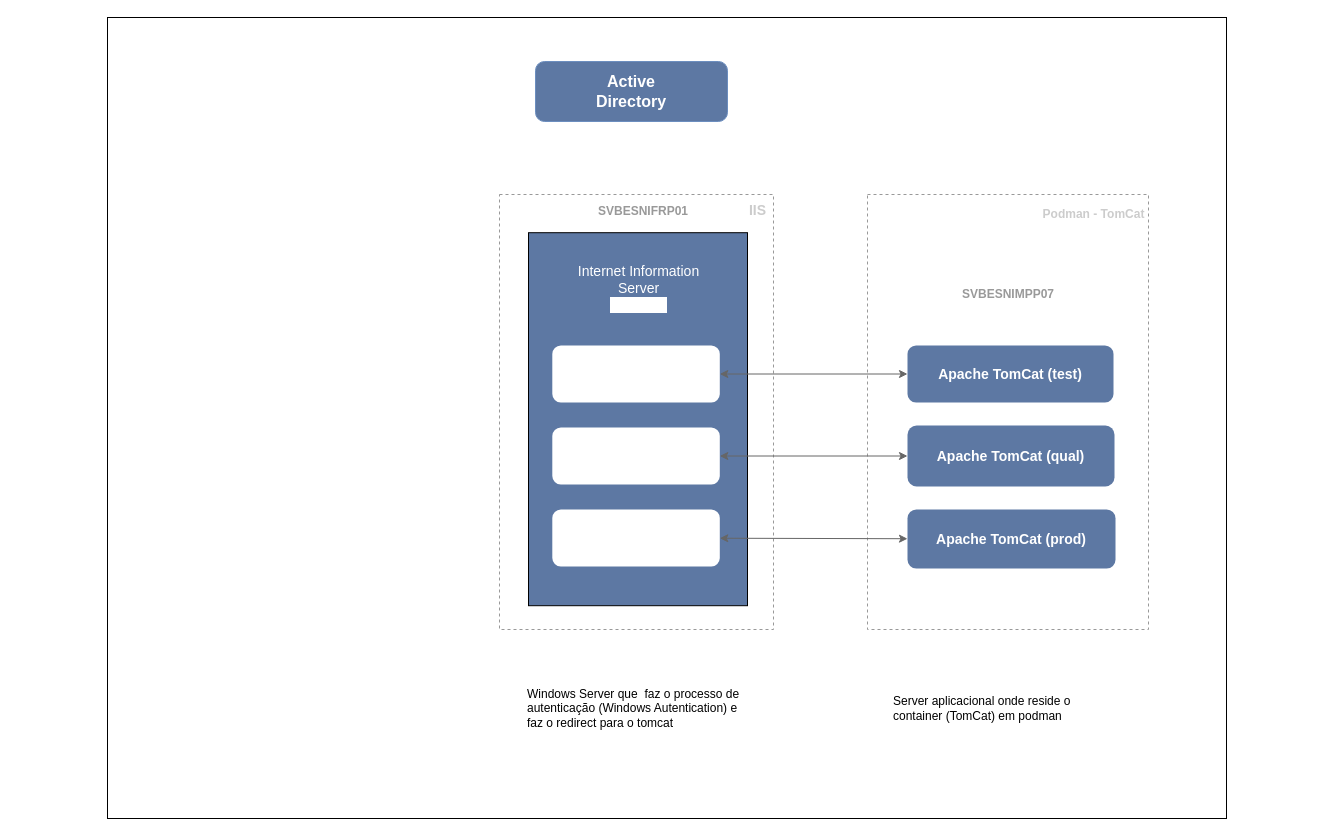
The draw.io diagram RING.drawio in Josemyr1993/Diagramas, before the edit. Source tidied: cells renumbered, new cells numbered last; positions are measured from the earlier drawing's top-left corner, leaving out a move shared by most shapes. Both pictures are drawn from the tidied source at 100%, with x=0, y=0 at pixel (107, 17).
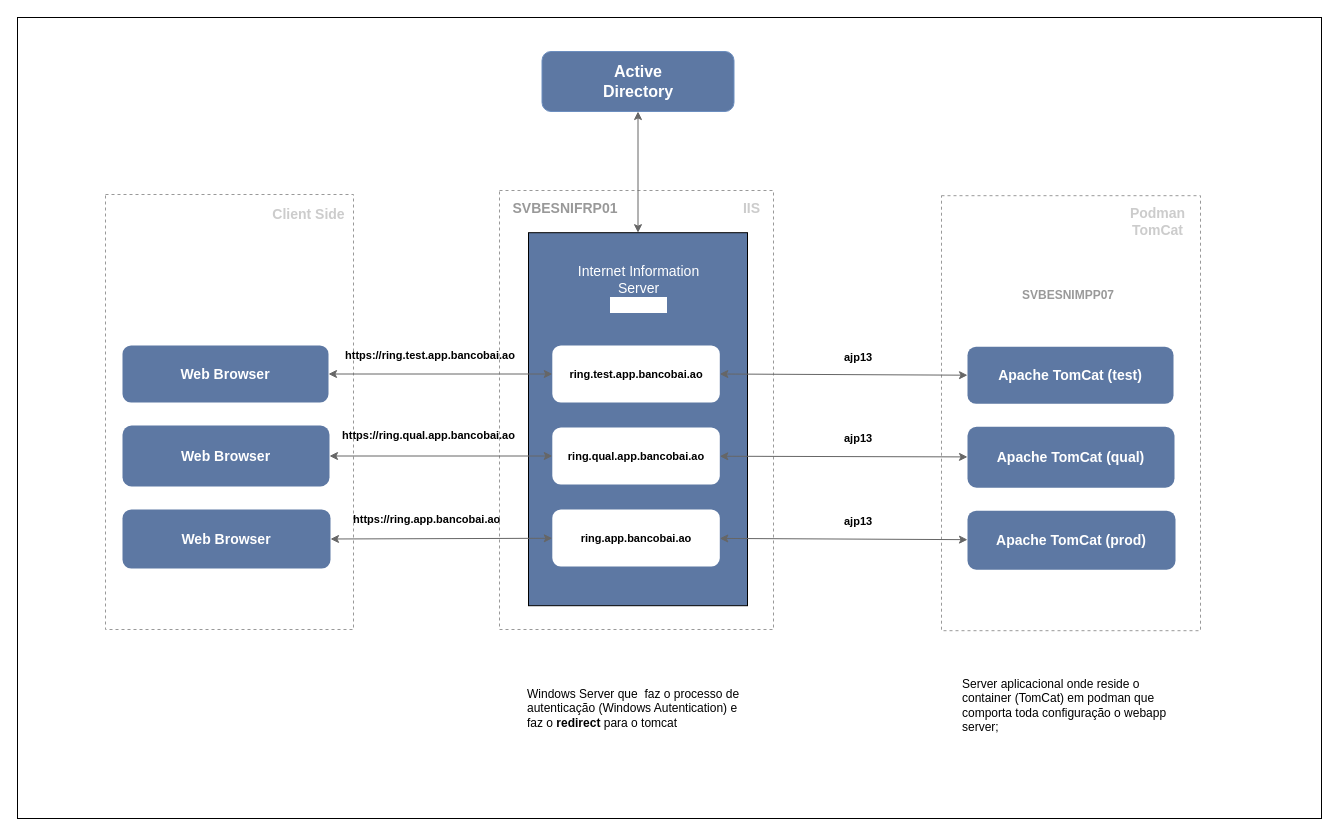
After the change.

Unchanged cells that the change refers to:
```xml
<mxCell id="5" style="rounded=0;whiteSpace=wrap;html=1;fillColor=#5D78A3;" parent="1" vertex="1">
  <mxGeometry x="421" y="215.2" width="219" height="373" as="geometry" />
</mxCell>
```

Change to the diagram source:
```diff
@@
     <mxCell id="2" style="rounded=0;whiteSpace=wrap;html=1;" parent="1" vertex="1">
-      <mxGeometry width="1119" height="801" as="geometry" />
+      <mxGeometry x="-90" width="1304" height="801" as="geometry" />
     </mxCell>
     <mxCell id="3" style="rounded=0;whiteSpace=wrap;html=1;dashed=1;strokeColor=#999999;" parent="1" vertex="1">
-      <mxGeometry x="392" y="177" width="274" height="435" as="geometry" />
+      <mxGeometry x="392" y="173" width="274" height="439" as="geometry" />
     </mxCell>
     <mxCell id="4" value="&lt;div&gt;&lt;font style=&quot;font-size: 16px;&quot;&gt;&lt;b&gt;&lt;span style=&quot;color: rgb(255, 255, 255);&quot;&gt;Active&lt;/span&gt;&lt;/b&gt;&lt;/font&gt;&lt;/div&gt;&lt;div&gt;&lt;font size=&quot;3&quot;&gt;&lt;b&gt;&lt;span style=&quot;color: rgb(255, 255, 255);&quot;&gt;&lt;span style=&quot;color: rgb(255, 255, 255);&quot;&gt;&lt;span style=&quot;color: rgb(255, 255, 255);&quot;&gt;Directory&lt;/span&gt;&lt;/span&gt;&lt;span style=&quot;color: rgb(255, 255, 255);&quot;&gt;&lt;span style=&quot;color: rgba(0, 0, 0, 0);&quot;&gt;&lt;br&gt;&lt;/span&gt;&lt;/span&gt;&lt;/span&gt;&lt;/b&gt;&lt;/font&gt;&lt;/div&gt;" style="rounded=1;whiteSpace=wrap;html=1;fillColor=#5D78A3;strokeColor=#6c8ebf;" parent="1" vertex="1">
-      <mxGeometry x="428" y="44" width="192" height="60" as="geometry" />
+      <mxGeometry x="434.5" y="34" width="192" height="60" as="geometry" />
     </mxCell>
@@
-    <mxCell id="7" value="&lt;div&gt;&lt;span style=&quot;color: rgb(153, 153, 153);&quot;&gt;&lt;b&gt;SVBESNIFRP01&lt;/b&gt;&lt;/span&gt;&lt;/div&gt;&lt;div&gt;&lt;span style=&quot;color: rgba(0, 0, 0, 0);&quot;&gt;&lt;/span&gt;&lt;/div&gt;" style="text;html=1;align=center;verticalAlign=middle;whiteSpace=wrap;rounded=0;fontColor=#CCCCCC;" parent="1" vertex="1">
-      <mxGeometry x="476" y="174" width="120" height="40" as="geometry" />
-    </mxCell>
-    <mxCell id="8" style="rounded=1;whiteSpace=wrap;html=1;strokeColor=none;" parent="1" vertex="1">
+    <mxCell id="8" value="&lt;font style=&quot;font-size: 11px;&quot;&gt;ring.test.app.bancobai.ao&lt;/font&gt;" style="rounded=1;whiteSpace=wrap;html=1;strokeColor=none;fontStyle=1;" parent="1" vertex="1">
       <mxGeometry x="444.8" y="328" width="167.5" height="57" as="geometry" />
     </mxCell>
-    <mxCell id="9" style="rounded=1;whiteSpace=wrap;html=1;fillColor=default;strokeColor=none;" parent="1" vertex="1">
+    <mxCell id="9" value="&lt;font style=&quot;font-size: 11px;&quot;&gt;ring.qual.app.bancobai.ao&lt;/font&gt;" style="rounded=1;whiteSpace=wrap;html=1;fillColor=default;strokeColor=none;fontStyle=1;" parent="1" vertex="1">
       <mxGeometry x="444.8" y="410" width="167.5" height="57" as="geometry" />
     </mxCell>
-    <mxCell id="10" style="rounded=1;whiteSpace=wrap;html=1;strokeColor=none;" parent="1" vertex="1">
+    <mxCell id="10" value="&lt;font style=&quot;font-size: 11px;&quot;&gt;ring.app.bancobai.ao&lt;/font&gt;" style="rounded=1;whiteSpace=wrap;html=1;strokeColor=none;fontStyle=1;" parent="1" vertex="1">
       <mxGeometry x="444.8" y="492" width="167.5" height="57" as="geometry" />
     </mxCell>
-    <mxCell id="11" value="&lt;div align=&quot;left&quot;&gt;Windows Server que&amp;nbsp; faz o processo de autenticação (Windows Autentication) e faz o redirect para o tomcat&lt;/div&gt;" style="text;html=1;align=left;verticalAlign=middle;whiteSpace=wrap;rounded=0;" parent="1" vertex="1">
+    <mxCell id="11" value="&lt;div align=&quot;left&quot;&gt;Windows Server que&amp;nbsp; faz o processo de autenticação (Windows Autentication) e faz o &lt;b&gt;redirect &lt;/b&gt;para o tomcat&lt;/div&gt;" style="text;html=1;align=left;verticalAlign=middle;whiteSpace=wrap;rounded=0;" parent="1" vertex="1">
       <mxGeometry x="417.8" y="654" width="222.5" height="74" as="geometry" />
     </mxCell>
-    <mxCell id="12" value="&lt;b&gt;&lt;font style=&quot;font-size: 14px;&quot;&gt;IIS&lt;/font&gt;&lt;/b&gt;" style="text;html=1;align=center;verticalAlign=middle;whiteSpace=wrap;rounded=0;fontColor=#CCCCCC;" parent="1" vertex="1">
-      <mxGeometry x="612.2" y="174" width="77" height="37" as="geometry" />
+    <mxCell id="12" value="&lt;b&gt;&lt;font&gt;IIS&lt;/font&gt;&lt;/b&gt;" style="text;html=1;align=center;verticalAlign=middle;whiteSpace=wrap;rounded=0;fontColor=#CCCCCC;fontSize=14;" parent="1" vertex="1">
+      <mxGeometry x="606" y="172.5" width="77" height="37" as="geometry" />
     </mxCell>
     <mxCell id="13" style="rounded=0;whiteSpace=wrap;html=1;dashed=1;strokeColor=#999999;" parent="1" vertex="1">
-      <mxGeometry x="760" y="177" width="281" height="435" as="geometry" />
+      <mxGeometry x="834" y="178.2" width="259" height="435" as="geometry" />
     </mxCell>
     <mxCell id="14" value="&lt;div&gt;&lt;span style=&quot;color: rgb(153, 153, 153);&quot;&gt;&lt;b&gt;SVBESNIMPP07&lt;/b&gt;&lt;/span&gt;&lt;/div&gt;&lt;div&gt;&lt;span style=&quot;color: rgba(0, 0, 0, 0);&quot;&gt;&lt;/span&gt;&lt;/div&gt;" style="text;html=1;align=center;verticalAlign=middle;whiteSpace=wrap;rounded=0;fontColor=#CCCCCC;" parent="1" vertex="1">
-      <mxGeometry x="840.5" y="257" width="120" height="40" as="geometry" />
+      <mxGeometry x="900.5" y="258.2" width="120" height="40" as="geometry" />
     </mxCell>
-    <mxCell id="15" value="&lt;font style=&quot;font-size: 14px;&quot;&gt;&lt;b&gt;Apache TomCat (test)&lt;/b&gt;&lt;/font&gt;" style="rounded=1;whiteSpace=wrap;html=1;strokeColor=none;fillColor=#5D78A3;fontColor=#FFFFFF;" parent="1" vertex="1">
-      <mxGeometry x="800" y="328" width="206" height="57" as="geometry" />
+    <mxCell id="15" value="&lt;font&gt;&lt;b&gt;Apache TomCat (test)&lt;/b&gt;&lt;/font&gt;" style="rounded=1;whiteSpace=wrap;html=1;strokeColor=none;fillColor=#5D78A3;fontColor=#FFFFFF;fontSize=14;" parent="1" vertex="1">
+      <mxGeometry x="860" y="329.2" width="206" height="57" as="geometry" />
     </mxCell>
-    <mxCell id="16" value="&lt;b&gt;&lt;font style=&quot;font-size: 14px;&quot;&gt;Apache TomCat (qual)&lt;/font&gt;&lt;/b&gt;" style="rounded=1;whiteSpace=wrap;html=1;fillColor=#5D78A3;strokeColor=none;fontColor=#FFFFFF;" parent="1" vertex="1">
-      <mxGeometry x="800" y="408" width="207" height="61" as="geometry" />
+    <mxCell id="16" value="&lt;font&gt;&lt;b&gt;&lt;font&gt;Apache TomCat (qual)&lt;/font&gt;&lt;/b&gt;&lt;/font&gt;" style="rounded=1;whiteSpace=wrap;html=1;fillColor=#5D78A3;strokeColor=none;fontColor=#FFFFFF;fontSize=14;" parent="1" vertex="1">
+      <mxGeometry x="860" y="409.2" width="207" height="61" as="geometry" />
     </mxCell>
-    <mxCell id="17" value="&lt;font style=&quot;font-size: 14px;&quot;&gt;&lt;b&gt;Apache TomCat (prod)&lt;/b&gt;&lt;/font&gt;" style="rounded=1;whiteSpace=wrap;html=1;strokeColor=none;fillColor=#5D78A3;fontColor=#FFFFFF;" parent="1" vertex="1">
-      <mxGeometry x="800" y="492" width="208" height="59" as="geometry" />
+    <mxCell id="17" value="&lt;font&gt;&lt;b&gt;Apache TomCat (prod)&lt;/b&gt;&lt;/font&gt;" style="rounded=1;whiteSpace=wrap;html=1;strokeColor=none;fillColor=#5D78A3;fontColor=#FFFFFF;fontSize=14;" parent="1" vertex="1">
+      <mxGeometry x="860" y="493.2" width="208" height="59" as="geometry" />
     </mxCell>
-    <mxCell id="18" value="&lt;b&gt;Podman - TomCat&lt;/b&gt;" style="text;html=1;align=center;verticalAlign=middle;whiteSpace=wrap;rounded=0;fontColor=#CCCCCC;" parent="1" vertex="1">
-      <mxGeometry x="932" y="178.2" width="109" height="37" as="geometry" />
+    <mxCell id="18" value="&lt;b&gt;Podman TomCat&lt;/b&gt;" style="text;html=1;align=center;verticalAlign=middle;whiteSpace=wrap;rounded=0;fontColor=#CCCCCC;fontSize=14;" parent="1" vertex="1">
+      <mxGeometry x="996" y="185.2" width="109" height="37" as="geometry" />
     </mxCell>
@@
-    <mxCell id="22" value="Server aplicacional onde reside o container (TomCat) em podman " style="text;html=1;align=left;verticalAlign=middle;whiteSpace=wrap;rounded=0;" parent="1" vertex="1">
-      <mxGeometry x="783.5" y="654" width="222.5" height="74" as="geometry" />
+    <mxCell id="22" value="Server aplicacional onde reside o container (TomCat) em podman que comporta toda configuração o webapp server;" style="text;html=1;align=left;verticalAlign=middle;whiteSpace=wrap;rounded=0;" parent="1" vertex="1">
+      <mxGeometry x="852.5" y="651" width="222.5" height="74" as="geometry" />
     </mxCell>
+    <mxCell id="23" style="rounded=0;whiteSpace=wrap;html=1;dashed=1;strokeColor=#999999;" parent="1" vertex="1">
+      <mxGeometry x="-2" y="177" width="248" height="435" as="geometry" />
+    </mxCell>
+    <mxCell id="24" value="&lt;b&gt;&lt;font&gt;Web Browser&lt;/font&gt;&lt;/b&gt;" style="rounded=1;whiteSpace=wrap;html=1;strokeColor=none;fillColor=#5D78A3;fontColor=#FFFFFF;fontSize=14;" parent="1" vertex="1">
+      <mxGeometry x="15" y="328" width="206" height="57" as="geometry" />
+    </mxCell>
+    <mxCell id="25" value="&lt;b&gt;Web Browser&lt;/b&gt;" style="rounded=1;whiteSpace=wrap;html=1;fillColor=#5D78A3;strokeColor=none;fontColor=#FFFFFF;fontSize=14;" parent="1" vertex="1">
+      <mxGeometry x="15" y="408" width="207" height="61" as="geometry" />
+    </mxCell>
+    <mxCell id="26" value="&lt;b&gt;Web Browser&lt;/b&gt;" style="rounded=1;whiteSpace=wrap;html=1;strokeColor=none;fillColor=#5D78A3;fontColor=#FFFFFF;fontSize=14;" parent="1" vertex="1">
+      <mxGeometry x="15" y="492" width="208" height="59" as="geometry" />
+    </mxCell>
+    <mxCell id="27" value="&lt;font&gt;&lt;b&gt;Client Side&lt;/b&gt;&lt;/font&gt;" style="text;html=1;align=center;verticalAlign=middle;whiteSpace=wrap;rounded=0;fontColor=#CCCCCC;fontSize=14;" parent="1" vertex="1">
+      <mxGeometry x="147" y="178.2" width="109" height="37" as="geometry" />
+    </mxCell>
+    <mxCell id="28" style="endArrow=classic;startArrow=classic;html=1;rounded=0;exitX=1;exitY=0.5;exitDx=0;exitDy=0;fontColor=#5D78A3;strokeColor=#666666;entryX=0;entryY=0.5;entryDx=0;entryDy=0;" parent="1" edge="1" source="24" target="8">
+      <mxGeometry relative="1" as="geometry" />
+    </mxCell>
+    <mxCell id="29" style="endArrow=classic;startArrow=classic;html=1;rounded=0;strokeColor=#666666;entryX=0;entryY=0.5;entryDx=0;entryDy=0;exitX=1;exitY=0.5;exitDx=0;exitDy=0;" parent="1" edge="1" source="25" target="9">
+      <mxGeometry relative="1" as="geometry" />
+    </mxCell>
+    <mxCell id="30" style="endArrow=classic;startArrow=classic;html=1;rounded=0;strokeColor=#666666;exitX=1;exitY=0.5;exitDx=0;exitDy=0;" parent="1" edge="1" source="26" target="10">
+      <mxGeometry relative="1" as="geometry" />
+    </mxCell>
+    <mxCell id="31" value="&lt;font style=&quot;font-size: 11px;&quot;&gt;https://ring.test.app.bancobai.ao&lt;/font&gt;" style="text;html=1;align=left;verticalAlign=middle;whiteSpace=wrap;rounded=0;fontStyle=1;" parent="1" vertex="1">
+      <mxGeometry x="236" y="323" width="185" height="29" as="geometry" />
+    </mxCell>
+    <mxCell id="32" value="&lt;font style=&quot;font-size: 11px;&quot;&gt;https://ring.qual.app.bancobai.ao&lt;/font&gt;" style="text;html=1;align=left;verticalAlign=middle;whiteSpace=wrap;rounded=0;fontStyle=1;" parent="1" vertex="1">
+      <mxGeometry x="232.8" y="403" width="185" height="29" as="geometry" />
+    </mxCell>
+    <mxCell id="33" value="&lt;font style=&quot;font-size: 11px;&quot;&gt;https://ring.app.bancobai.ao&lt;/font&gt;" style="text;html=1;align=left;verticalAlign=middle;whiteSpace=wrap;rounded=0;fontStyle=1;" parent="1" vertex="1">
+      <mxGeometry x="243.8" y="487" width="185" height="29" as="geometry" />
+    </mxCell>
+    <mxCell id="34" value="ajp13" style="text;html=1;align=left;verticalAlign=middle;whiteSpace=wrap;rounded=0;fontStyle=1;fontSize=11;" parent="1" vertex="1">
+      <mxGeometry x="735" y="325" width="46" height="29" as="geometry" />
+    </mxCell>
+    <mxCell id="35" value="ajp13" style="text;html=1;align=left;verticalAlign=middle;whiteSpace=wrap;rounded=0;fontStyle=1;fontSize=11;" parent="1" vertex="1">
+      <mxGeometry x="735" y="406" width="46" height="29" as="geometry" />
+    </mxCell>
+    <mxCell id="36" value="ajp13" style="text;html=1;align=left;verticalAlign=middle;whiteSpace=wrap;rounded=0;fontStyle=1;fontSize=11;" parent="1" vertex="1">
+      <mxGeometry x="735" y="489" width="46" height="29" as="geometry" />
+    </mxCell>
+    <mxCell id="37" style="endArrow=classic;startArrow=classic;html=1;rounded=0;fontColor=#5D78A3;strokeColor=#666666;exitX=0.5;exitY=1;exitDx=0;exitDy=0;entryX=0.5;entryY=0;entryDx=0;entryDy=0;" parent="1" edge="1" source="4" target="5">
+      <mxGeometry relative="1" as="geometry" />
+    </mxCell>
+    <mxCell id="7" value="&lt;div&gt;&lt;span style=&quot;color: rgb(153, 153, 153);&quot;&gt;&lt;b&gt;SVBESNIFRP01&lt;/b&gt;&lt;/span&gt;&lt;/div&gt;&lt;div&gt;&lt;span style=&quot;color: rgba(0, 0, 0, 0);&quot;&gt;&lt;/span&gt;&lt;/div&gt;" style="text;html=1;align=center;verticalAlign=middle;whiteSpace=wrap;rounded=0;fontColor=#CCCCCC;fontSize=14;" parent="1" vertex="1">
+      <mxGeometry x="398" y="170.5" width="120" height="40" as="geometry" />
+    </mxCell>
```
